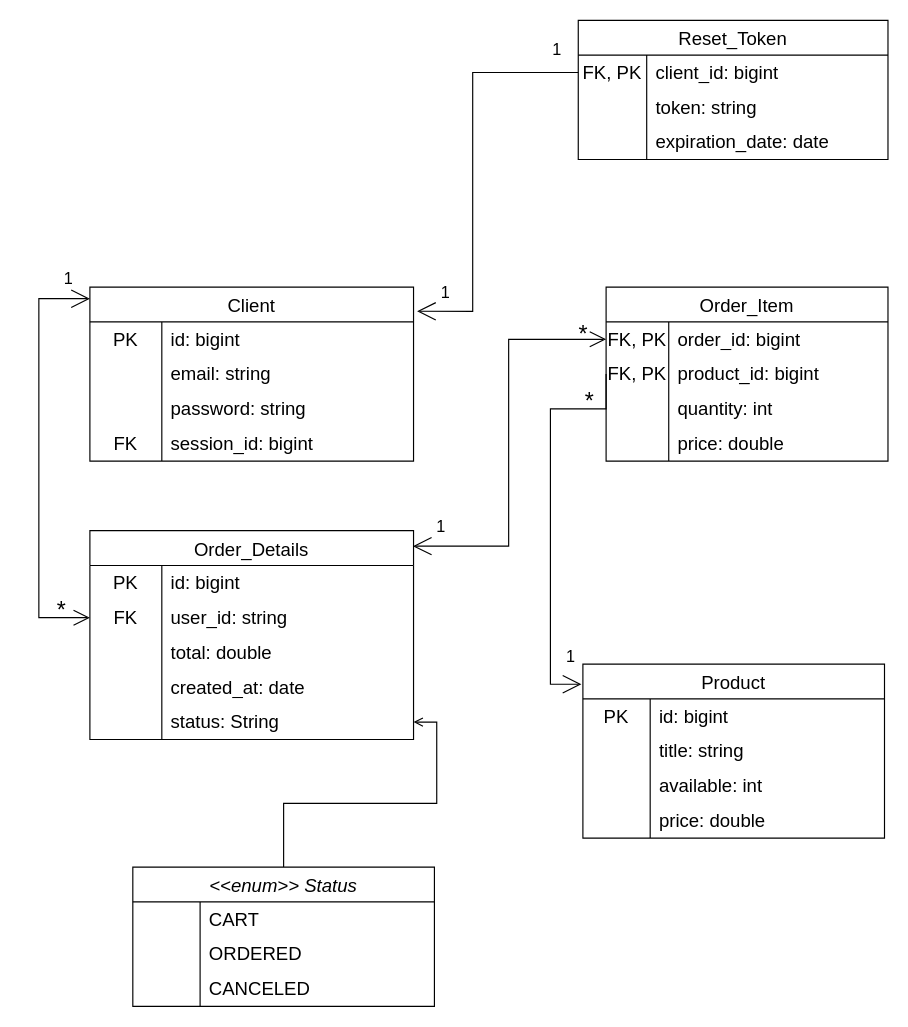
Above: docs/shop-api.drawio in aniazio/shop-api (draw.io), before the change. Source tidied: cells renumbered, new cells numbered last; positions are measured from the earlier drawing's top-left corner, leaving out a move shared by most shapes. Both pictures are drawn from the tidied source at 116%, with x=0, y=0 at pixel (38, 20).
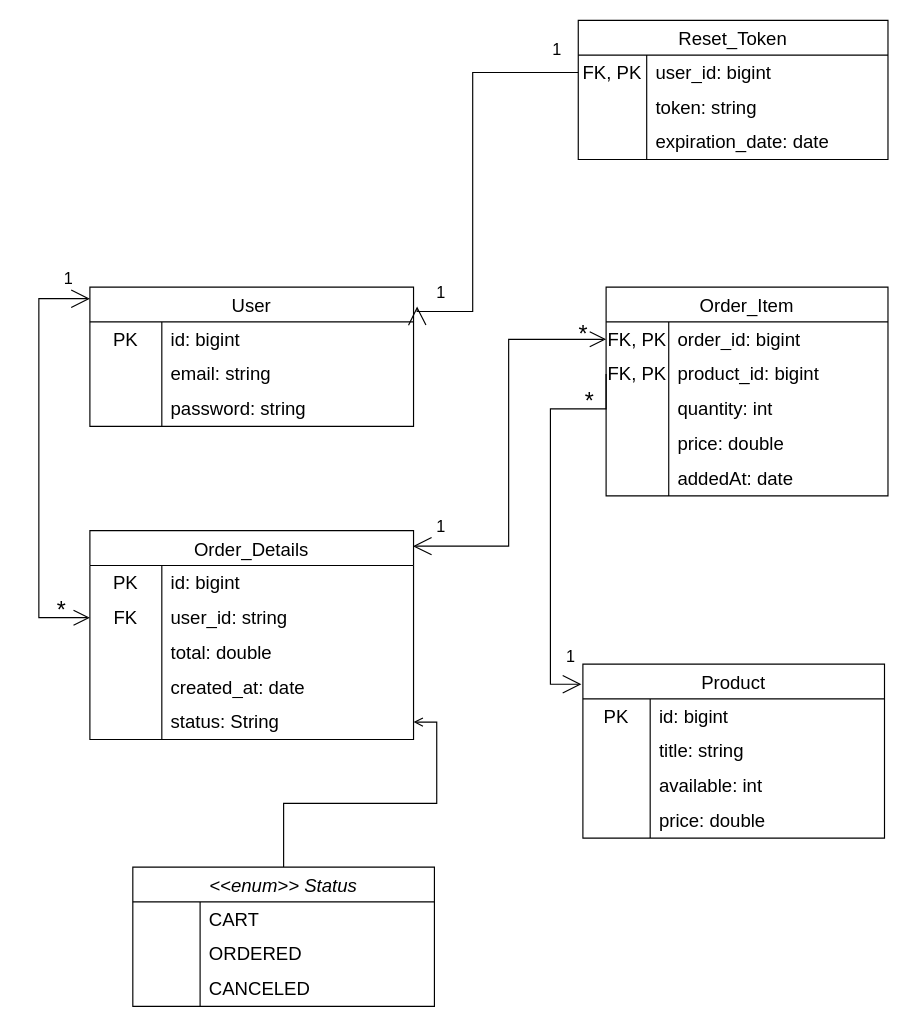
The same page after the edit.

The change refers to these unchanged cells:
```xml
<mxCell id="75" style="shape=tableRow;horizontal=0;startSize=0;swimlaneHead=0;swimlaneBody=0;top=0;left=0;bottom=0;right=0;fillColor=none;points=[[0,0.5],[1,0.5]];portConstraint=eastwest;strokeColor=inherit;fontSize=16;" parent="74" vertex="1">
  <mxGeometry y="30" width="267" height="30" as="geometry" />
</mxCell>
```

Change to the diagram source:
```diff
@@
     <mxCell id="2" value="Order_Item" style="shape=table;startSize=30;childLayout=tableLayout;rowLines=0;fontStyle=0;strokeColor=default;fontSize=16;" parent="1" vertex="1">
-      <mxGeometry x="489" y="230" width="243" height="150" as="geometry" />
+      <mxGeometry x="489" y="230" width="243" height="180" as="geometry" />
     </mxCell>
@@
+    <mxCell id="86" style="shape=tableRow;horizontal=0;startSize=0;swimlaneHead=0;swimlaneBody=0;top=0;left=0;bottom=0;right=0;fillColor=none;strokeColor=inherit;fontSize=16;" parent="2" vertex="1">
+      <mxGeometry y="150" width="243" height="30" as="geometry" />
+    </mxCell>
+    <mxCell id="87" style="shape=partialRectangle;html=1;whiteSpace=wrap;fillColor=none;top=0;left=0;bottom=0;right=0;overflow=hidden;strokeColor=inherit;fontSize=16;" parent="86" vertex="1">
+      <mxGeometry width="54" height="30" as="geometry" />
+    </mxCell>
+    <mxCell id="88" value="addedAt: date" style="shape=partialRectangle;html=1;whiteSpace=wrap;fillColor=none;top=0;left=0;bottom=0;right=0;align=left;spacingLeft=6;overflow=hidden;strokeColor=inherit;fontSize=16;" parent="86" vertex="1">
+      <mxGeometry x="54" width="189" height="30" as="geometry" />
+    </mxCell>
@@
-    <mxCell id="44" value="Client" style="shape=table;startSize=30;childLayout=tableLayout;rowLines=0;fontStyle=0;strokeColor=default;fontSize=16;" parent="1" vertex="1">
-      <mxGeometry x="44" y="230" width="279" height="150" as="geometry" />
+    <mxCell id="44" value="User" style="shape=table;startSize=30;childLayout=tableLayout;rowLines=0;fontStyle=0;strokeColor=default;fontSize=16;" parent="1" vertex="1">
+      <mxGeometry x="44" y="230" width="279" height="120" as="geometry" />
     </mxCell>
@@
-    <mxCell id="54" style="shape=tableRow;horizontal=0;startSize=0;swimlaneHead=0;swimlaneBody=0;top=0;left=0;bottom=0;right=0;fillColor=none;strokeColor=inherit;fontSize=16;" parent="44" vertex="1">
-      <mxGeometry y="120" width="279" height="30" as="geometry" />
-    </mxCell>
-    <mxCell id="55" value="FK" style="shape=partialRectangle;html=1;whiteSpace=wrap;fillColor=none;top=0;left=0;bottom=0;right=0;overflow=hidden;strokeColor=inherit;fontSize=16;" parent="54" vertex="1">
-      <mxGeometry width="62" height="30" as="geometry" />
-    </mxCell>
-    <mxCell id="56" value="session_id: bigint" style="shape=partialRectangle;html=1;whiteSpace=wrap;fillColor=none;top=0;left=0;bottom=0;right=0;align=left;spacingLeft=6;overflow=hidden;strokeColor=inherit;fontSize=16;" parent="54" vertex="1">
-      <mxGeometry x="62" width="217" height="30" as="geometry" />
-    </mxCell>
@@
-    <mxCell id="77" value="client_id: bigint" style="shape=partialRectangle;html=1;whiteSpace=wrap;fillColor=none;top=0;left=0;bottom=0;right=0;align=left;spacingLeft=6;overflow=hidden;strokeColor=inherit;fontSize=16;" parent="75" vertex="1">
+    <mxCell id="77" value="user_id: bigint" style="shape=partialRectangle;html=1;whiteSpace=wrap;fillColor=none;top=0;left=0;bottom=0;right=0;align=left;spacingLeft=6;overflow=hidden;strokeColor=inherit;fontSize=16;" parent="75" vertex="1">
       <mxGeometry x="59" width="208" height="30" as="geometry" />
     </mxCell>
```
